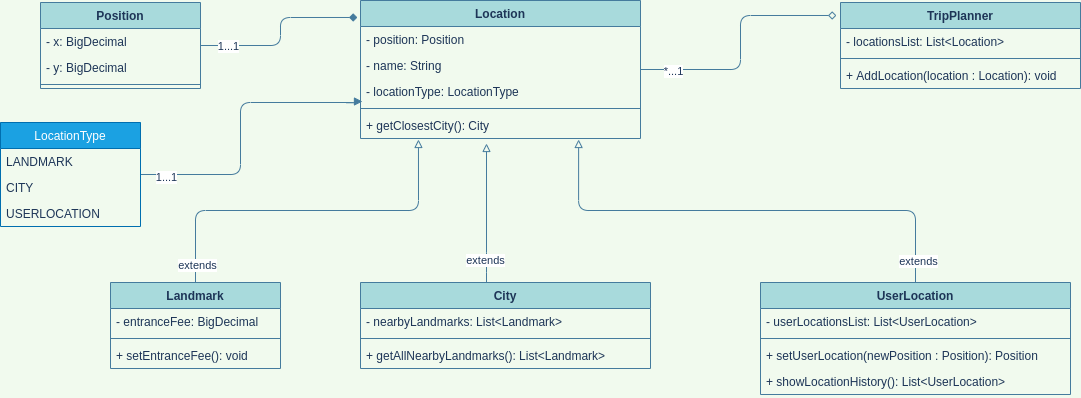
This is tripPlannerUML.png from TudorDan/Trip-Planner, a draw.io export, as it was before one commit. Source tidied: cells renumbered, new cells last; positions are measured from the earlier drawing's top-left corner, leaving out a move shared by most shapes.
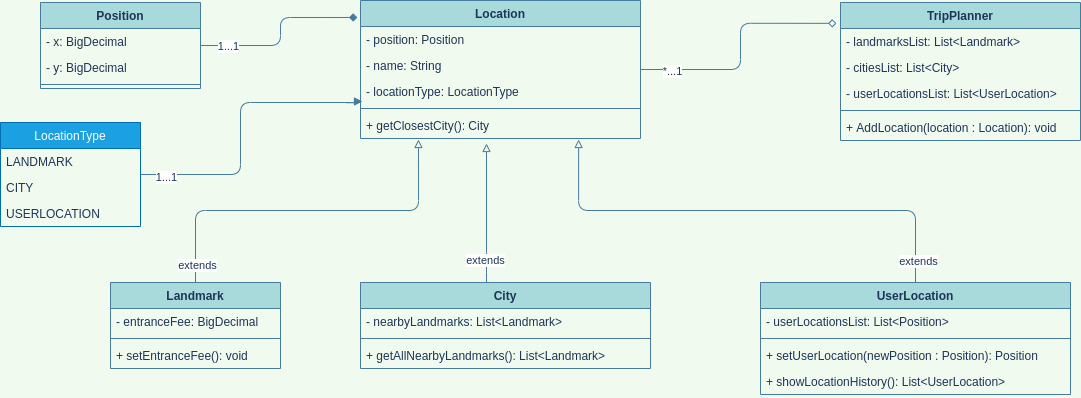
After the change.

Diff of the diagram source:
```diff
@@ -3,16 +3,22 @@
     <mxCell id="0" />
     <mxCell id="1" parent="0" />
     <mxCell id="2" value="TripPlanner" style="swimlane;fontStyle=1;align=center;verticalAlign=top;horizontal=1;startSize=26;rounded=0;sketch=0;strokeColor=#457B9D;fillColor=#A8DADC;fontColor=#1D3557;" parent="1" vertex="1">
-      <mxGeometry x="840" y="2" width="240" height="86" as="geometry" />
+      <mxGeometry x="840" y="2" width="240" height="138" as="geometry" />
     </mxCell>
-    <mxCell id="3" value="- locationsList: List&lt;Location&gt;" style="text;strokeColor=none;fillColor=none;align=left;verticalAlign=top;spacingLeft=4;spacingRight=4;overflow=hidden;fontColor=#1D3557;" parent="2" vertex="1">
+    <mxCell id="3" value="- landmarksList: List&lt;Landmark&gt;" style="text;strokeColor=none;fillColor=none;align=left;verticalAlign=top;spacingLeft=4;spacingRight=4;overflow=hidden;fontColor=#1D3557;" parent="2" vertex="1">
       <mxGeometry y="26" width="240" height="26" as="geometry" />
     </mxCell>
+    <mxCell id="45" value="- citiesList: List&lt;City&gt;" style="text;strokeColor=none;fillColor=none;align=left;verticalAlign=top;spacingLeft=4;spacingRight=4;overflow=hidden;fontColor=#1D3557;" parent="2" vertex="1">
+      <mxGeometry y="52" width="240" height="26" as="geometry" />
+    </mxCell>
+    <mxCell id="46" value="- userLocationsList: List&lt;UserLocation&gt;" style="text;strokeColor=none;fillColor=none;align=left;verticalAlign=top;spacingLeft=4;spacingRight=4;overflow=hidden;fontColor=#1D3557;" parent="2" vertex="1">
+      <mxGeometry y="78" width="240" height="26" as="geometry" />
+    </mxCell>
     <mxCell id="4" style="line;strokeWidth=1;fillColor=none;align=left;verticalAlign=middle;spacingTop=-1;spacingLeft=3;spacingRight=3;labelPosition=right;strokeColor=#457B9D;fontColor=#1D3557;labelBackgroundColor=#F1FAEE;" parent="2" vertex="1">
-      <mxGeometry y="52" width="240" height="8" as="geometry" />
+      <mxGeometry y="104" width="240" height="8" as="geometry" />
     </mxCell>
     <mxCell id="5" value="+ AddLocation(location : Location): void" style="text;strokeColor=none;fillColor=none;align=left;verticalAlign=top;spacingLeft=4;spacingRight=4;overflow=hidden;fontColor=#1D3557;" parent="2" vertex="1">
-      <mxGeometry y="60" width="240" height="26" as="geometry" />
+      <mxGeometry y="112" width="240" height="26" as="geometry" />
     </mxCell>
     <mxCell id="6" style="edgeStyle=orthogonalEdgeStyle;curved=0;rounded=1;sketch=0;jettySize=auto;html=1;entryX=-0.011;entryY=0.123;entryDx=0;entryDy=0;entryPerimeter=0;endArrow=diamond;endFill=1;strokeColor=#457B9D;fillColor=#A8DADC;fontColor=#1D3557;" parent="1" edge="1" source="8" target="14">
       <mxGeometry relative="1" as="geometry" />
@@ -106,7 +112,7 @@
     <mxCell id="34" value="UserLocation" style="swimlane;fontStyle=1;align=center;verticalAlign=top;horizontal=1;startSize=26;rounded=0;sketch=0;strokeColor=#457B9D;fillColor=#A8DADC;fontColor=#1D3557;" parent="1" vertex="1">
       <mxGeometry x="760" y="282" width="310" height="112" as="geometry" />
     </mxCell>
-    <mxCell id="35" value="- userLocationsList: List&lt;UserLocation&gt;" style="text;strokeColor=none;fillColor=none;align=left;verticalAlign=top;spacingLeft=4;spacingRight=4;overflow=hidden;fontColor=#1D3557;" parent="34" vertex="1">
+    <mxCell id="35" value="- userLocationsList: List&lt;Position&gt;" style="text;strokeColor=none;fillColor=none;align=left;verticalAlign=top;spacingLeft=4;spacingRight=4;overflow=hidden;fontColor=#1D3557;" parent="34" vertex="1">
       <mxGeometry y="26" width="310" height="26" as="geometry" />
     </mxCell>
     <mxCell id="36" style="line;strokeWidth=1;fillColor=none;align=left;verticalAlign=middle;spacingTop=-1;spacingLeft=3;spacingRight=3;labelPosition=right;strokeColor=#457B9D;fontColor=#1D3557;labelBackgroundColor=#F1FAEE;" parent="34" vertex="1">
```
